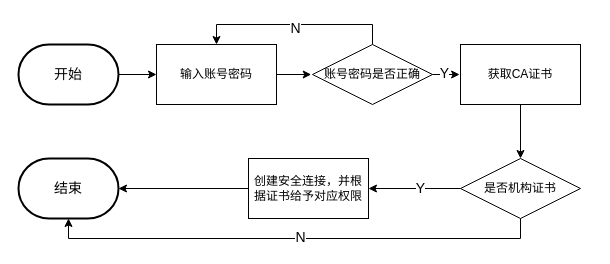
Above: 未命名绘图.drawio in zhenxix/drawio (draw.io), before the change. Source tidied: cells renumbered, new cells numbered last; positions are measured from the earlier drawing's top-left corner, leaving out a move shared by most shapes. Both pictures are drawn from the tidied source at 100%, with x=0, y=0 at pixel (18, 44).
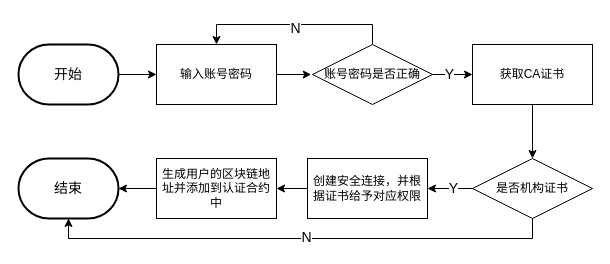
The same diagram, later.

Commit message:
(2)用户登录模块设计.drawio

Unchanged cells that the change refers to:
```xml
<mxCell id="8" value="账号密码是否正确" style="rhombus;whiteSpace=wrap;html=1;" parent="1" vertex="1">
  <mxGeometry x="294" width="120" height="60" as="geometry" />
</mxCell>
<mxCell id="16" value="&lt;font style=&quot;font-size: 14px;&quot;&gt;结束&lt;/font&gt;" style="strokeWidth=2;html=1;shape=mxgraph.flowchart.terminator;whiteSpace=wrap;" parent="1" vertex="1">
  <mxGeometry y="114" width="100" height="60" as="geometry" />
</mxCell>
```

Change to the diagram source:
```diff
@@
-    <mxCell id="4" style="edgeStyle=orthogonalEdgeStyle;rounded=0;jettySize=auto;html=1;exitX=1;exitY=0.5;exitDx=0;exitDy=0;" parent="1" edge="1" source="8">
-      <mxGeometry relative="1" as="geometry">
-        <mxPoint x="441.1" y="29.8" as="targetPoint" />
-      </mxGeometry>
-    </mxCell>
-    <mxCell id="5" value="&lt;font style=&quot;font-size: 14px;&quot;&gt;Y&lt;/font&gt;" style="edgeLabel;html=1;align=center;verticalAlign=middle;" parent="4" vertex="1">
-      <mxGeometry x="-0.23" y="2" relative="1" as="geometry" />
-    </mxCell>
@@
+    <mxCell id="21" style="edgeStyle=orthogonalEdgeStyle;rounded=0;jettySize=auto;html=1;exitX=1;exitY=0.5;exitDx=0;exitDy=0;entryX=0;entryY=0.5;entryDx=0;entryDy=0;" parent="1" edge="1" source="8" target="10">
+      <mxGeometry relative="1" as="geometry" />
+    </mxCell>
+    <mxCell id="5" value="&lt;font style=&quot;font-size: 14px;&quot;&gt;Y&lt;/font&gt;" style="edgeLabel;html=1;align=center;verticalAlign=middle;" parent="21" vertex="1">
+      <mxGeometry x="-0.21" y="1" relative="1" as="geometry" />
+    </mxCell>
@@
     <mxCell id="10" value="获取CA证书" style="rounded=0;whiteSpace=wrap;html=1;" parent="1" vertex="1">
-      <mxGeometry x="442" width="120" height="60" as="geometry" />
+      <mxGeometry x="454" width="120" height="60" as="geometry" />
     </mxCell>
@@
     <mxCell id="15" value="是否机构证书" style="rhombus;whiteSpace=wrap;html=1;" parent="1" vertex="1">
-      <mxGeometry x="442" y="114" width="120" height="60" as="geometry" />
+      <mxGeometry x="454" y="114" width="120" height="60" as="geometry" />
     </mxCell>
@@
+    <mxCell id="22" style="edgeStyle=orthogonalEdgeStyle;rounded=0;jettySize=auto;html=1;exitX=0;exitY=0.5;exitDx=0;exitDy=0;entryX=1;entryY=0.5;entryDx=0;entryDy=0;" parent="1" edge="1" source="17" target="23">
+      <mxGeometry relative="1" as="geometry" />
+    </mxCell>
     <mxCell id="17" value="创建安全连接，并根据证书给予对应权限" style="rounded=0;whiteSpace=wrap;html=1;" parent="1" vertex="1">
-      <mxGeometry x="230" y="114" width="120" height="60" as="geometry" />
+      <mxGeometry x="289" y="114" width="120" height="60" as="geometry" />
     </mxCell>
-    <mxCell id="18" style="edgeStyle=orthogonalEdgeStyle;rounded=0;jettySize=auto;html=1;exitX=0;exitY=0.5;exitDx=0;exitDy=0;entryX=1;entryY=0.5;entryDx=0;entryDy=0;entryPerimeter=0;" parent="1" edge="1" source="17" target="16">
-      <mxGeometry relative="1" as="geometry" />
-    </mxCell>
@@
+    <mxCell id="23" value="&lt;p class=&quot;MsoNormal&quot;&gt;&lt;font style=&quot;font-size: 12px;&quot;&gt;生成用户的区块链地址并添加到认证合约中&lt;/font&gt;&lt;/p&gt;" style="rounded=0;whiteSpace=wrap;html=1;" parent="1" vertex="1">
+      <mxGeometry x="138" y="114" width="120" height="60" as="geometry" />
+    </mxCell>
+    <mxCell id="24" style="edgeStyle=orthogonalEdgeStyle;rounded=0;jettySize=auto;html=1;exitX=0;exitY=0.5;exitDx=0;exitDy=0;entryX=1;entryY=0.5;entryDx=0;entryDy=0;entryPerimeter=0;" parent="1" edge="1" source="23" target="16">
+      <mxGeometry relative="1" as="geometry" />
+    </mxCell>
```
